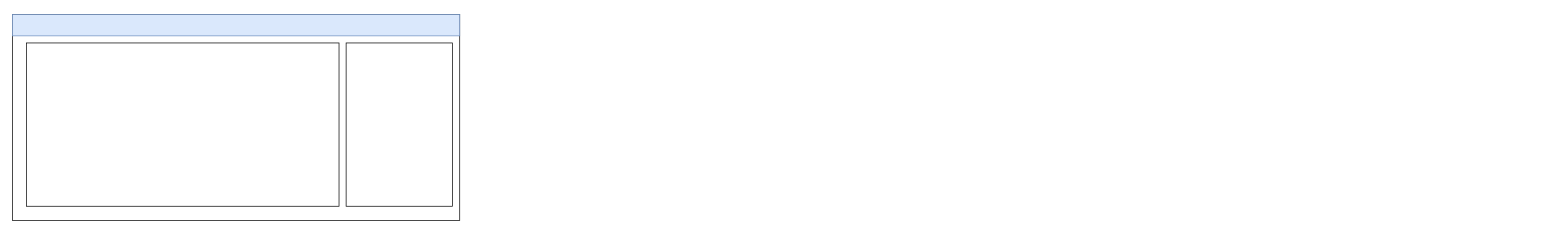
This is прототип программы грОтп.drawio from EvAnGEL0/databases, a draw.io file, before an edit. Source tidied: cells renumbered, new cells numbered last; positions are measured from the earlier drawing's top-left corner, leaving out a move shared by most shapes. Both pictures are drawn from the tidied source at 71%, with x=0, y=0 at pixel (12, 14).
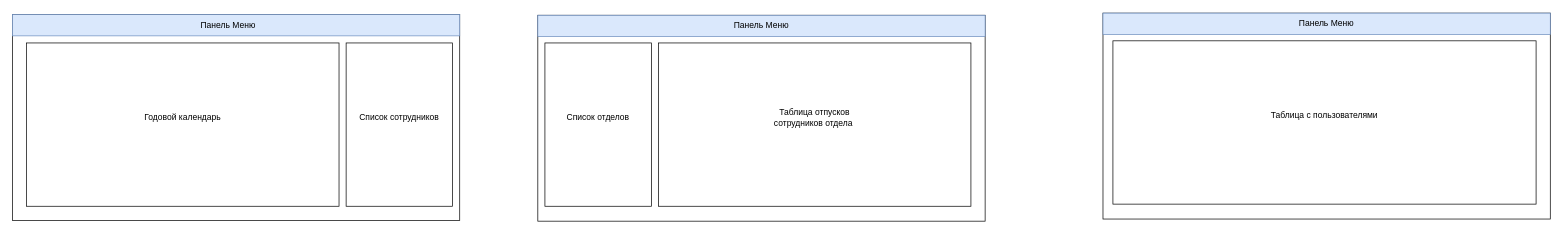
The same diagram, later.

The edit, as a diff of the source:
```diff
@@
+    <mxCell id="6" value="Годовой календарь" style="text;html=1;whiteSpace=wrap;strokeColor=none;fillColor=none;align=center;verticalAlign=middle;rounded=0;" parent="1" vertex="1">
+      <mxGeometry x="175" y="130" width="130" height="30" as="geometry" />
+    </mxCell>
+    <mxCell id="7" value="Список сотрудников" style="text;html=1;whiteSpace=wrap;strokeColor=none;fillColor=none;align=center;verticalAlign=middle;rounded=0;" parent="1" vertex="1">
+      <mxGeometry x="485" y="130" width="120" height="30" as="geometry" />
+    </mxCell>
+    <mxCell id="8" value="Панель Меню" style="text;html=1;whiteSpace=wrap;strokeColor=none;fillColor=none;align=center;verticalAlign=middle;rounded=0;" parent="1" vertex="1">
+      <mxGeometry x="244" width="120" height="30" as="geometry" />
+    </mxCell>
+    <mxCell id="9" style="rounded=0;whiteSpace=wrap;html=1;" parent="1" vertex="1">
+      <mxGeometry x="740" y="1" width="630" height="290" as="geometry" />
+    </mxCell>
+    <mxCell id="10" style="rounded=0;whiteSpace=wrap;html=1;fillColor=#dae8fc;strokeColor=#6c8ebf;" parent="1" vertex="1">
+      <mxGeometry x="740" y="1" width="630" height="30" as="geometry" />
+    </mxCell>
+    <mxCell id="11" value="Панель Меню" style="text;html=1;whiteSpace=wrap;strokeColor=none;fillColor=none;align=center;verticalAlign=middle;rounded=0;" parent="1" vertex="1">
+      <mxGeometry x="990" width="130" height="30" as="geometry" />
+    </mxCell>
+    <mxCell id="12" style="group;" parent="1" vertex="1">
+      <mxGeometry x="910" y="40" width="440" height="230" as="geometry" />
+    </mxCell>
+    <mxCell id="13" style="rounded=0;whiteSpace=wrap;html=1;" parent="12" vertex="1">
+      <mxGeometry width="440" height="230" as="geometry" />
+    </mxCell>
+    <mxCell id="14" value="Таблица отпусков сотрудников отдела&amp;nbsp;" style="text;html=1;whiteSpace=wrap;strokeColor=none;fillColor=none;align=center;verticalAlign=middle;rounded=0;" parent="12" vertex="1">
+      <mxGeometry x="155" y="90" width="130" height="30" as="geometry" />
+    </mxCell>
+    <mxCell id="15" style="group;" parent="1" vertex="1">
+      <mxGeometry x="750" y="40" width="150" height="230" as="geometry" />
+    </mxCell>
+    <mxCell id="16" style="rounded=0;whiteSpace=wrap;html=1;" parent="15" vertex="1">
+      <mxGeometry width="150" height="230" as="geometry" />
+    </mxCell>
+    <mxCell id="17" value="Список отделов" style="text;html=1;whiteSpace=wrap;strokeColor=none;fillColor=none;align=center;verticalAlign=middle;rounded=0;" parent="15" vertex="1">
+      <mxGeometry x="15" y="90" width="120" height="30" as="geometry" />
+    </mxCell>
+    <mxCell id="18" style="rounded=0;whiteSpace=wrap;html=1;" parent="1" vertex="1">
+      <mxGeometry x="1536" y="-2" width="630" height="290" as="geometry" />
+    </mxCell>
+    <mxCell id="19" style="rounded=0;whiteSpace=wrap;html=1;fillColor=#dae8fc;strokeColor=#6c8ebf;" parent="1" vertex="1">
+      <mxGeometry x="1536" y="-2" width="630" height="30" as="geometry" />
+    </mxCell>
+    <mxCell id="20" value="Панель Меню" style="text;html=1;whiteSpace=wrap;strokeColor=none;fillColor=none;align=center;verticalAlign=middle;rounded=0;" parent="1" vertex="1">
+      <mxGeometry x="1786" y="-3" width="130" height="30" as="geometry" />
+    </mxCell>
+    <mxCell id="21" style="group;" parent="1" vertex="1">
+      <mxGeometry x="1550" y="37" width="596" height="230" as="geometry" />
+    </mxCell>
+    <mxCell id="22" style="rounded=0;whiteSpace=wrap;html=1;" parent="21" vertex="1">
+      <mxGeometry width="596" height="230" as="geometry" />
+    </mxCell>
+    <mxCell id="23" value="Таблица с пользователями" style="text;html=1;whiteSpace=wrap;strokeColor=none;fillColor=none;align=center;verticalAlign=middle;rounded=0;" parent="21" vertex="1">
+      <mxGeometry x="210" y="90" width="176.1" height="30" as="geometry" />
+    </mxCell>
```
